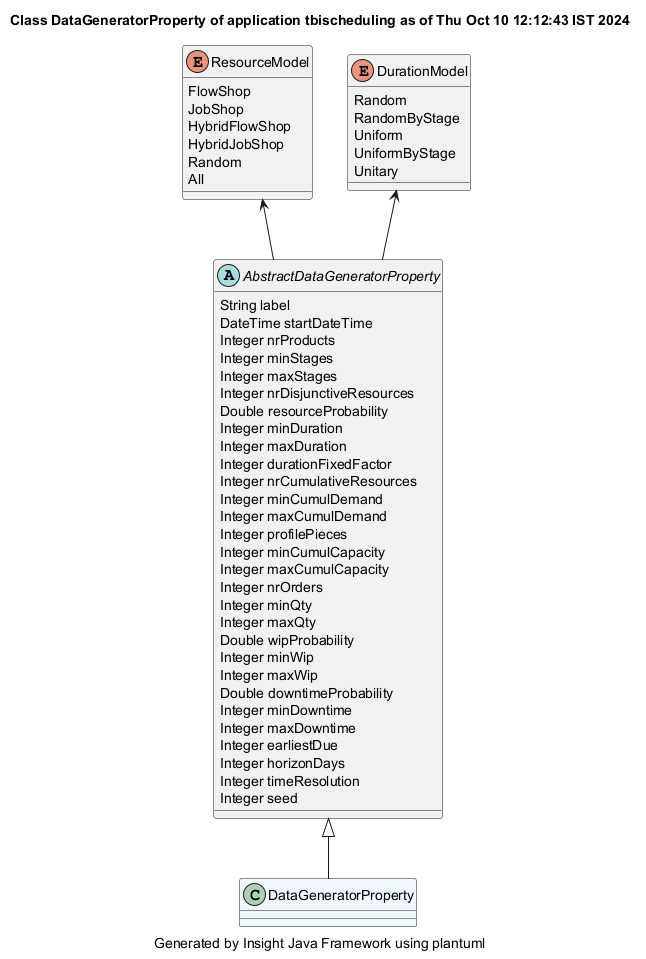
Earlier version of the PlantUML export demonstrator/tbischeduling/site/plantuml/DataGeneratorProperty.png (hsimonis/schedulingtraining).
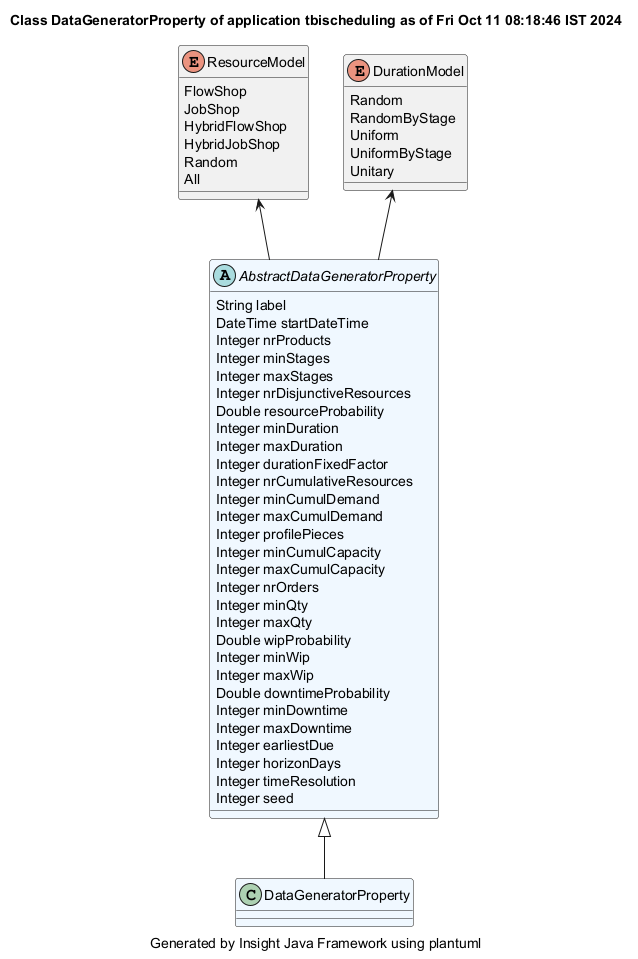
The same diagram one commit later.

What changed in the source:
```diff
@@ -1,10 +1,10 @@
 @startuml
-title Class DataGeneratorProperty of application tbischeduling as of Thu Oct 10 12:12:43 IST 2024
+title Class DataGeneratorProperty of application tbischeduling as of Fri Oct 11 08:18:46 IST 2024
 caption Generated by Insight Java Framework using plantuml
 class DataGeneratorProperty #aliceblue
 
 AbstractDataGeneratorProperty <|-- DataGeneratorProperty
-abstract AbstractDataGeneratorProperty
+abstract AbstractDataGeneratorProperty #aliceblue
 AbstractDataGeneratorProperty : String label
 AbstractDataGeneratorProperty : DateTime startDateTime
 AbstractDataGeneratorProperty : Integer nrProducts
```
